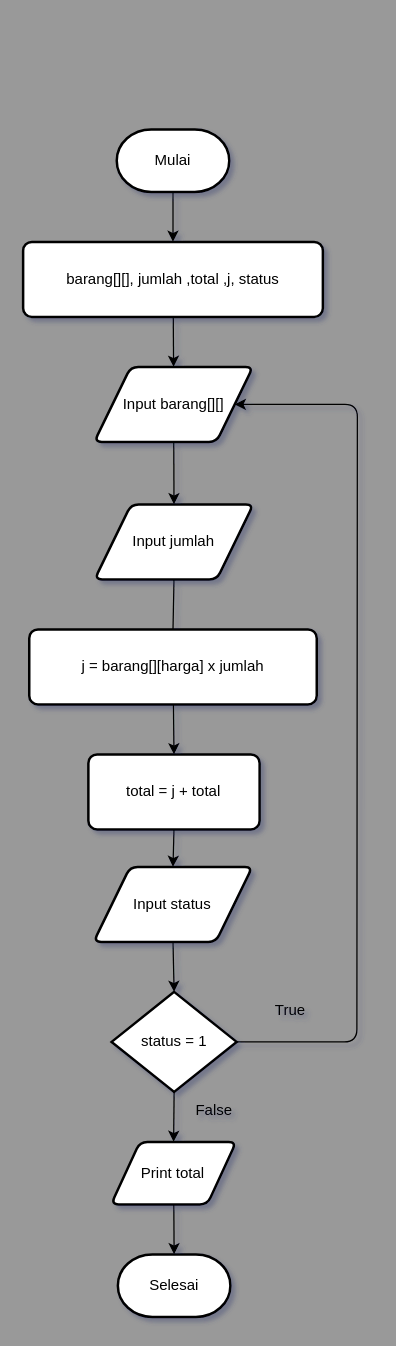
The draw.io diagram flowchart.drawio in Aryaw1jaya/arya_wijaya-casher_system, before the edit. Source tidied: cells renumbered, new cells numbered last; positions are measured from the earlier drawing's top-left corner, leaving out a move shared by most shapes. Both pictures are drawn from the tidied source at 125%, with x=0, y=0 at pixel (22, 129).
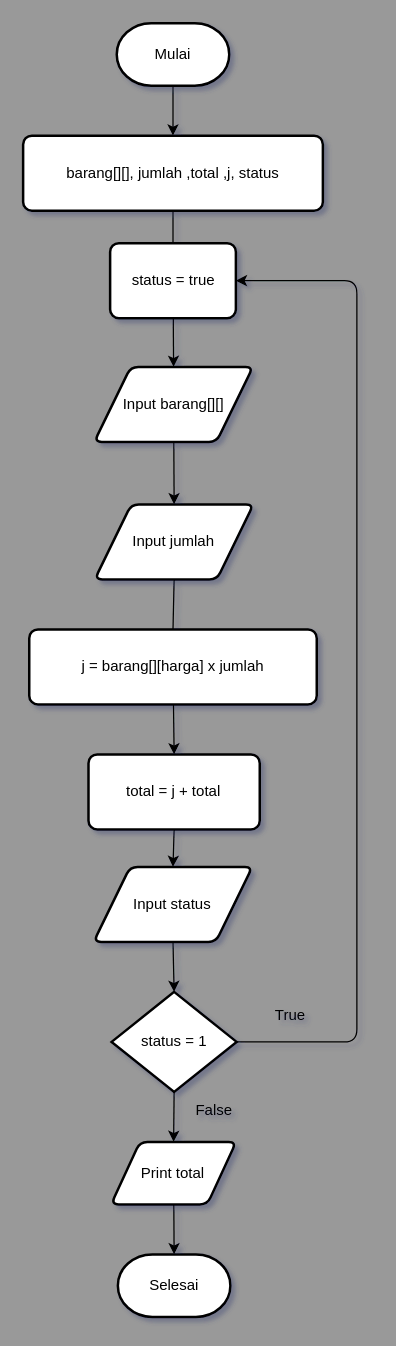
The same page after the edit.

Unchanged cells that the change refers to:
```xml
<mxCell id="3" value="Input barang[][]" style="shape=parallelogram;html=1;strokeWidth=2;perimeter=parallelogramPerimeter;whiteSpace=wrap;rounded=1;arcSize=12;size=0.23;" parent="1" vertex="1">
  <mxGeometry x="56.9" y="190" width="127" height="60" as="geometry" />
</mxCell>
<mxCell id="9" value="status = 1" style="strokeWidth=2;html=1;shape=mxgraph.flowchart.decision;whiteSpace=wrap;" parent="1" vertex="1">
  <mxGeometry x="70.8" y="690" width="100" height="80" as="geometry" />
</mxCell>
```

What changed in the source:
```diff
@@
     <mxCell id="6" value="total = j + total" style="rounded=1;whiteSpace=wrap;html=1;absoluteArcSize=1;arcSize=14;strokeWidth=2;" parent="1" vertex="1">
-      <mxGeometry x="52.2" y="500" width="137" height="60" as="geometry" />
+      <mxGeometry x="52.3" y="500" width="137" height="60" as="geometry" />
     </mxCell>
-    <mxCell id="7" style="edgeStyle=none;html=1;exitX=1;exitY=0.5;exitDx=0;exitDy=0;exitPerimeter=0;entryX=1;entryY=0.5;entryDx=0;entryDy=0;" parent="1" edge="1" source="9" target="3">
+    <mxCell id="7" style="edgeStyle=none;html=1;exitX=1;exitY=0.5;exitDx=0;exitDy=0;exitPerimeter=0;entryX=1;entryY=0.5;entryDx=0;entryDy=0;" parent="1" edge="1" source="9" target="24">
       <mxGeometry relative="1" as="geometry">
         <Array as="points">
           <mxPoint x="267" y="730" />
-          <mxPoint x="267.4" y="220" />
+          <mxPoint x="267" y="121" />
         </Array>
       </mxGeometry>
     </mxCell>
@@
     <mxCell id="15" value="Input jumlah" style="shape=parallelogram;html=1;strokeWidth=2;perimeter=parallelogramPerimeter;whiteSpace=wrap;rounded=1;arcSize=12;size=0.23;" parent="1" vertex="1">
-      <mxGeometry x="57.2" y="300" width="127" height="60" as="geometry" />
+      <mxGeometry x="57.3" y="300" width="127" height="60" as="geometry" />
     </mxCell>
@@
     <mxCell id="18" value="Mulai" style="strokeWidth=2;html=1;shape=mxgraph.flowchart.terminator;whiteSpace=wrap;" parent="1" vertex="1">
-      <mxGeometry x="74.9" width="90" height="50" as="geometry" />
+      <mxGeometry x="74.9" y="-85" width="90" height="50" as="geometry" />
     </mxCell>
-    <mxCell id="19" style="edgeStyle=none;html=1;entryX=0.5;entryY=0;entryDx=0;entryDy=0;" parent="1" edge="1" source="20" target="3">
+    <mxCell id="19" style="edgeStyle=none;html=1;entryX=0.5;entryY=0;entryDx=0;entryDy=0;startArrow=none;" parent="1" edge="1" source="24" target="3">
       <mxGeometry relative="1" as="geometry" />
     </mxCell>
     <mxCell id="20" value="barang[][], jumlah ,total ,j, status" style="rounded=1;whiteSpace=wrap;html=1;absoluteArcSize=1;arcSize=14;strokeWidth=2;" parent="1" vertex="1">
-      <mxGeometry y="90" width="239.8" height="60" as="geometry" />
+      <mxGeometry y="5" width="239.8" height="60" as="geometry" />
     </mxCell>
@@
     <mxCell id="22" value="True" style="text;html=1;strokeColor=none;fillColor=none;align=center;verticalAlign=middle;whiteSpace=wrap;rounded=0;" parent="1" vertex="1">
-      <mxGeometry x="184.2" y="690" width="60" height="30" as="geometry" />
+      <mxGeometry x="184.3" y="694" width="60" height="30" as="geometry" />
     </mxCell>
@@
+    <mxCell id="24" value="status = true" style="rounded=1;whiteSpace=wrap;html=1;absoluteArcSize=1;arcSize=14;strokeWidth=2;" parent="1" vertex="1">
+      <mxGeometry x="69.6" y="91" width="100.6" height="60" as="geometry" />
+    </mxCell>
+    <mxCell id="25" style="edgeStyle=none;html=1;entryX=0.5;entryY=0;entryDx=0;entryDy=0;endArrow=none;" parent="1" edge="1" source="20" target="24">
+      <mxGeometry relative="1" as="geometry" />
+    </mxCell>
```
